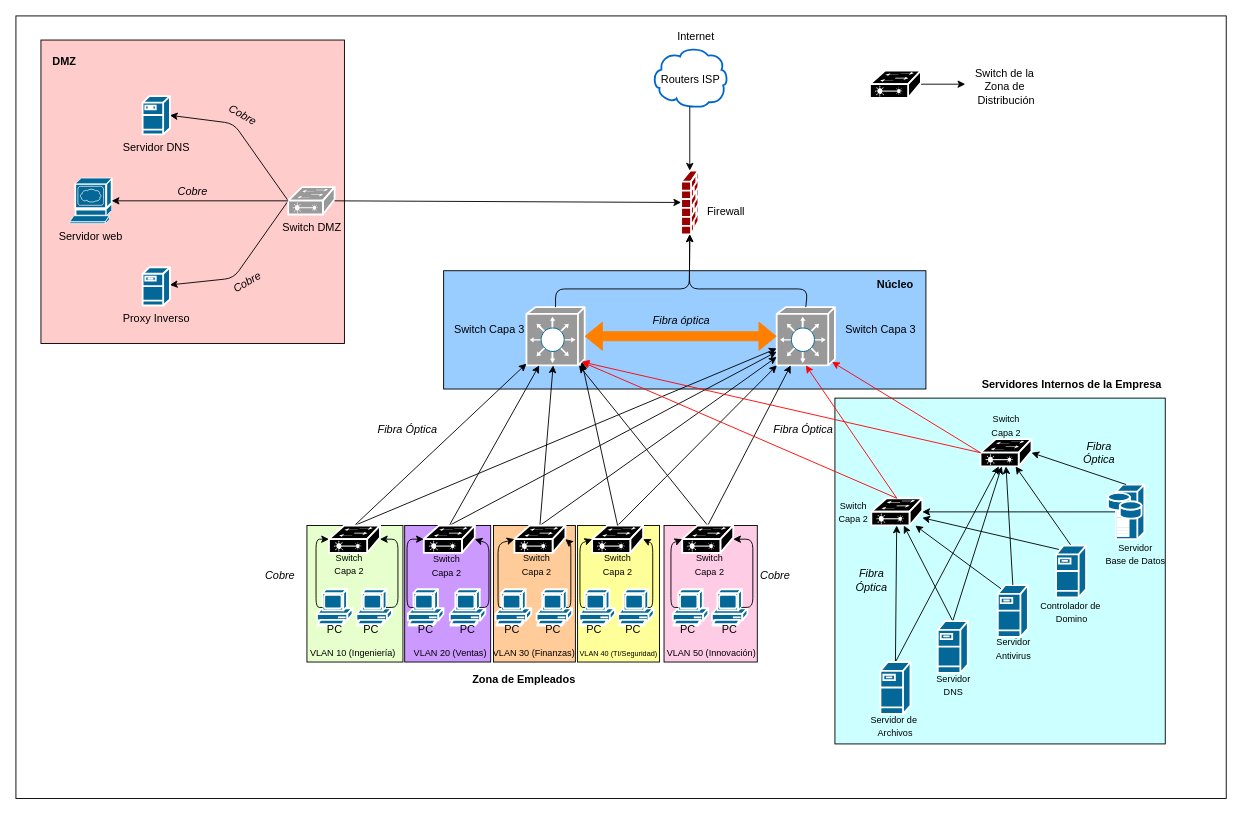
Before: f1-propuesta-arquitectura/topologia.drawio in vargasesc17/proyecto-redes-2026-2, a draw.io diagram. Source tidied: cells renumbered, new cells numbered last; positions are measured from the earlier drawing's top-left corner, leaving out a move shared by most shapes. Both pictures are drawn from the tidied source at 91%, with x=0, y=0 at pixel (15, 15).
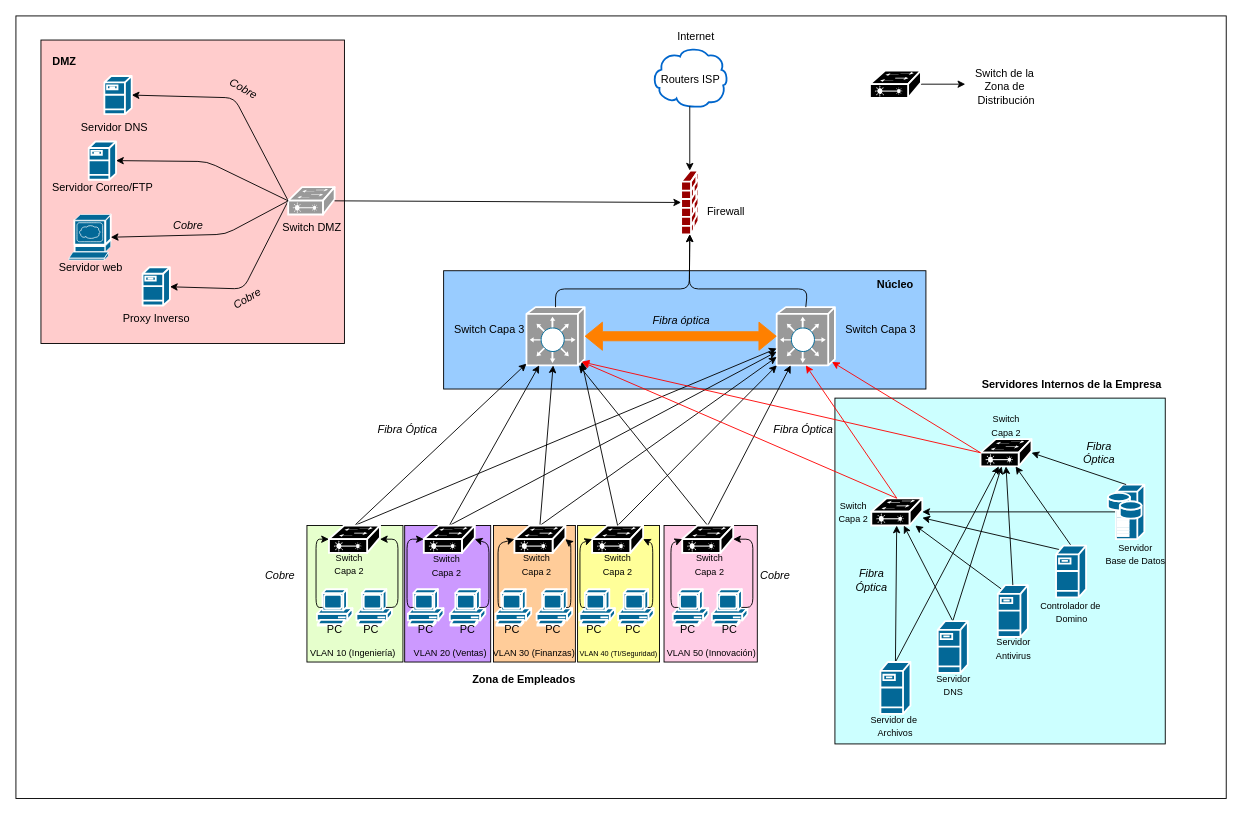
After the change.

Commit message (it also covers changes not shown here):
añadir servidor correo a topología

The change refers to these unchanged cells:
```xml
<mxCell id="25" style="shape=mxgraph.cisco.switches.layer_2_remote_switch;sketch=0;html=1;dashed=0;fillColor=#999999;strokeColor=#ffffff;strokeWidth=2;verticalLabelPosition=bottom;verticalAlign=top;align=center;outlineConnect=0;" parent="1" vertex="1">
  <mxGeometry x="299.2" y="188.2" width="51" height="30" as="geometry" />
</mxCell>
<mxCell id="29" style="shape=mxgraph.cisco.servers.fileserver;sketch=0;html=1;dashed=0;fillColor=#036897;strokeColor=#ffffff;strokeWidth=2;verticalLabelPosition=bottom;verticalAlign=top;align=center;outlineConnect=0;" parent="1" vertex="1">
  <mxGeometry x="139.2" y="276.2" width="30" height="42" as="geometry" />
</mxCell>
```

Diff of the diagram source:
```diff
@@
     <mxCell id="23" style="edgeStyle=none;html=1;exitX=0;exitY=0.5;exitDx=0;exitDy=0;exitPerimeter=0;entryX=1;entryY=0.5;entryDx=0;entryDy=0;entryPerimeter=0;" parent="1" edge="1" source="25" target="30">
       <mxGeometry relative="1" as="geometry">
         <Array as="points">
-          <mxPoint x="239.2" y="118.2" />
+          <mxPoint x="240" y="90" />
         </Array>
       </mxGeometry>
     </mxCell>
     <mxCell id="24" style="edgeStyle=none;html=1;exitX=0;exitY=0.5;exitDx=0;exitDy=0;exitPerimeter=0;" parent="1" edge="1" source="25" target="29">
       <mxGeometry relative="1" as="geometry">
         <Array as="points">
-          <mxPoint x="239.2" y="288.2" />
+          <mxPoint x="250" y="300" />
         </Array>
       </mxGeometry>
     </mxCell>
@@
     <mxCell id="28" style="shape=mxgraph.cisco.servers.www_server;sketch=0;html=1;dashed=0;fillColor=#036897;strokeColor=#ffffff;strokeWidth=2;verticalLabelPosition=bottom;verticalAlign=top;align=center;outlineConnect=0;" parent="1" vertex="1">
-      <mxGeometry x="59.2" y="178.2" width="46" height="50" as="geometry" />
+      <mxGeometry x="58.2" y="218.2" width="46" height="50" as="geometry" />
     </mxCell>
@@
     <mxCell id="30" style="shape=mxgraph.cisco.servers.fileserver;sketch=0;html=1;dashed=0;fillColor=#036897;strokeColor=#ffffff;strokeWidth=2;verticalLabelPosition=bottom;verticalAlign=top;align=center;outlineConnect=0;" parent="1" vertex="1">
-      <mxGeometry x="139.2" y="88.2" width="30" height="42" as="geometry" />
+      <mxGeometry x="97.2" y="66" width="30" height="42" as="geometry" />
     </mxCell>
     <mxCell id="31" style="edgeStyle=none;html=1;exitX=0;exitY=0.5;exitDx=0;exitDy=0;exitPerimeter=0;entryX=1;entryY=0.5;entryDx=0;entryDy=0;entryPerimeter=0;" parent="1" edge="1" source="25" target="28">
-      <mxGeometry relative="1" as="geometry" />
+      <mxGeometry relative="1" as="geometry">
+        <Array as="points">
+          <mxPoint x="230" y="240" />
+        </Array>
+      </mxGeometry>
     </mxCell>
     <mxCell id="32" value="Servidor DNS" style="text;html=1;align=center;verticalAlign=middle;strokeColor=none;fillColor=none;" parent="1" vertex="1">
-      <mxGeometry x="104.2" y="130.2" width="100" height="30" as="geometry" />
+      <mxGeometry x="58.2" y="108" width="100" height="30" as="geometry" />
     </mxCell>
     <mxCell id="33" value="Servidor web" style="text;html=1;align=center;verticalAlign=middle;strokeColor=none;fillColor=none;" parent="1" vertex="1">
-      <mxGeometry x="37.2" y="228.2" width="90" height="30" as="geometry" />
+      <mxGeometry x="37.2" y="262.2" width="90" height="30" as="geometry" />
     </mxCell>
@@
     <mxCell id="35" value="&lt;i&gt;Cobre&lt;/i&gt;" style="text;html=1;align=center;verticalAlign=middle;strokeColor=none;fillColor=none;rotation=30;" parent="1" vertex="1">
-      <mxGeometry x="219.2" y="94.2" width="60" height="30" as="geometry" />
+      <mxGeometry x="219.8" y="64.8" width="60" height="30" as="geometry" />
     </mxCell>
     <mxCell id="36" value="&lt;i&gt;Cobre&lt;/i&gt;" style="text;html=1;align=center;verticalAlign=middle;strokeColor=none;fillColor=none;" parent="1" vertex="1">
-      <mxGeometry x="164.2" y="178.2" width="60" height="30" as="geometry" />
+      <mxGeometry x="159.2" y="216.2" width="60" height="30" as="geometry" />
     </mxCell>
     <mxCell id="37" value="&lt;i&gt;Cobre&lt;/i&gt;" style="text;html=1;align=center;verticalAlign=middle;strokeColor=none;fillColor=none;rotation=-30;" parent="1" vertex="1">
-      <mxGeometry x="224.2" y="278.2" width="60" height="30" as="geometry" />
+      <mxGeometry x="224.2" y="296.2" width="60" height="30" as="geometry" />
     </mxCell>
@@
+    <mxCell id="136" style="shape=mxgraph.cisco.servers.fileserver;sketch=0;html=1;dashed=0;fillColor=#036897;strokeColor=#ffffff;strokeWidth=2;verticalLabelPosition=bottom;verticalAlign=top;align=center;outlineConnect=0;" parent="1" vertex="1">
+      <mxGeometry x="80" y="138" width="30" height="42" as="geometry" />
+    </mxCell>
+    <mxCell id="137" style="edgeStyle=none;html=1;exitX=0;exitY=0.5;exitDx=0;exitDy=0;exitPerimeter=0;entryX=1;entryY=0.5;entryDx=0;entryDy=0;entryPerimeter=0;" parent="1" edge="1" source="25" target="136">
+      <mxGeometry relative="1" as="geometry">
+        <Array as="points">
+          <mxPoint x="210" y="160" />
+        </Array>
+      </mxGeometry>
+    </mxCell>
+    <mxCell id="138" value="Servidor Correo/FTP" style="text;html=1;align=center;verticalAlign=middle;strokeColor=none;fillColor=none;" parent="1" vertex="1">
+      <mxGeometry x="30" y="174" width="130" height="30" as="geometry" />
+    </mxCell>
```
